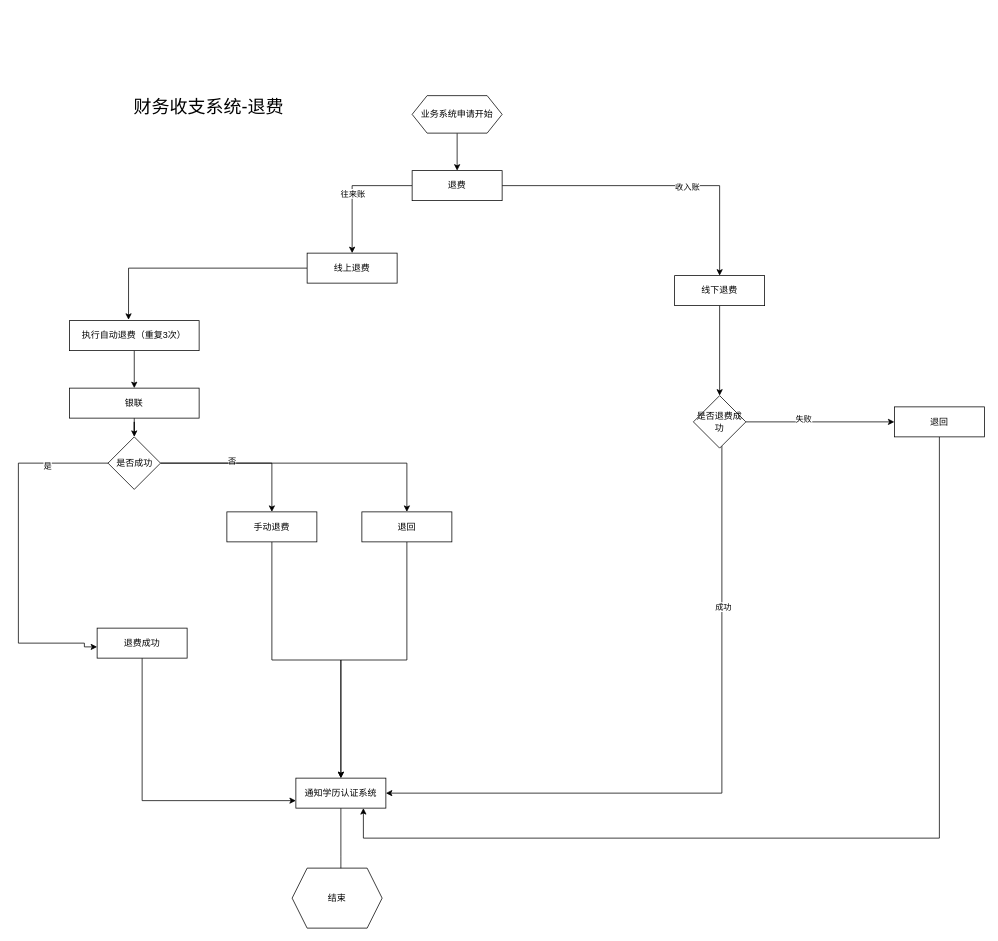
The draw.io diagram 未命名绘图.drawio in zhangfengman/autoJs, before the edit. Source tidied: cells renumbered, new cells numbered last; positions are measured from the earlier drawing's top-left corner, leaving out a move shared by most shapes. Both pictures are drawn from the tidied source at 75%, with x=0, y=0 at pixel (18, 95).
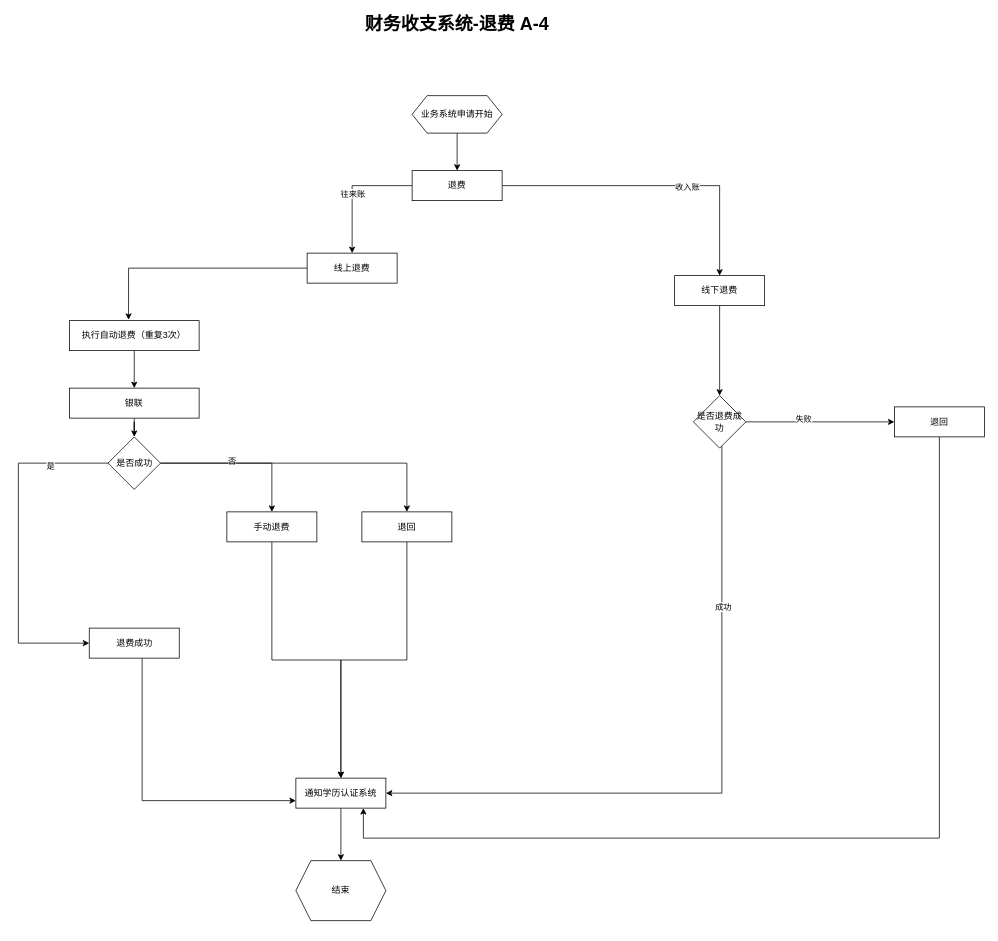
Above is the later version.

Commit message:
更新未命名绘图.drawio

The change refers to these unchanged cells:
```xml
<mxCell id="18" value="是否成功" style="rhombus;whiteSpace=wrap;html=1;" parent="1" vertex="1">
  <mxGeometry x="119.5" y="455" width="70" height="70" as="geometry" />
</mxCell>
<mxCell id="22" value="通知学历认证系统" style="rounded=0;whiteSpace=wrap;html=1;" parent="1" vertex="1">
  <mxGeometry x="370" y="910" width="120" height="40" as="geometry" />
</mxCell>
```

What changed in the source:
```diff
@@
-    <mxCell id="13" style="edgeStyle=orthogonalEdgeStyle;rounded=0;jettySize=auto;html=1;exitX=0.479;exitY=0.924;exitDx=0;exitDy=0;exitPerimeter=0;" parent="1" edge="1" source="18">
+    <mxCell id="13" style="edgeStyle=orthogonalEdgeStyle;rounded=0;jettySize=auto;html=1;exitX=0.479;exitY=0.924;exitDx=0;exitDy=0;exitPerimeter=0;" parent="1" edge="1" source="18" target="20">
       <mxGeometry relative="1" as="geometry">
-        <mxPoint x="105" y="735" as="targetPoint" />
         <Array as="points">
           <mxPoint x="153" y="490" />
           <mxPoint y="490" />
           <mxPoint y="730" />
-          <mxPoint x="88" y="730" />
-          <mxPoint x="88" y="735" />
         </Array>
       </mxGeometry>
     </mxCell>
@@
     <mxCell id="20" value="退费成功" style="rounded=0;whiteSpace=wrap;html=1;" parent="1" vertex="1">
-      <mxGeometry x="105" y="710" width="120" height="40" as="geometry" />
+      <mxGeometry x="94.5" y="710" width="120" height="40" as="geometry" />
     </mxCell>
-    <mxCell id="21" style="edgeStyle=orthogonalEdgeStyle;rounded=0;jettySize=auto;html=1;" parent="1" edge="1" source="22">
-      <mxGeometry relative="1" as="geometry">
-        <mxPoint x="430" y="1080" as="targetPoint" />
-      </mxGeometry>
-    </mxCell>
@@
-    <mxCell id="34" value="结束" style="shape=hexagon;perimeter=hexagonPerimeter2;whiteSpace=wrap;html=1;fixedSize=1;" parent="1" vertex="1">
-      <mxGeometry x="365" y="1030" width="120" height="80" as="geometry" />
-    </mxCell>
@@
-    <mxCell id="39" value="&lt;font style=&quot;font-size: 24px;&quot;&gt;财务收支系统-退费&lt;/font&gt;" style="text;html=1;align=center;verticalAlign=middle;whiteSpace=wrap;rounded=0;" parent="1" vertex="1">
-      <mxGeometry x="130" width="248" height="30" as="geometry" />
+    <mxCell id="39" value="&lt;font style=&quot;font-size: 24px;&quot;&gt;财务收支系统-退费 A-4&lt;/font&gt;" style="text;html=1;align=center;verticalAlign=middle;whiteSpace=wrap;rounded=0;fontStyle=1;" parent="1" vertex="1">
+      <mxGeometry x="461" y="-110" width="248" height="30" as="geometry" />
     </mxCell>
+    <mxCell id="40" style="edgeStyle=orthogonalEdgeStyle;rounded=0;jettySize=auto;html=1;" parent="1" edge="1" source="22" target="34">
+      <mxGeometry relative="1" as="geometry" />
+    </mxCell>
+    <mxCell id="34" value="结束" style="shape=hexagon;perimeter=hexagonPerimeter2;whiteSpace=wrap;html=1;fixedSize=1;" parent="1" vertex="1">
+      <mxGeometry x="370" y="1020" width="120" height="80" as="geometry" />
+    </mxCell>
```
